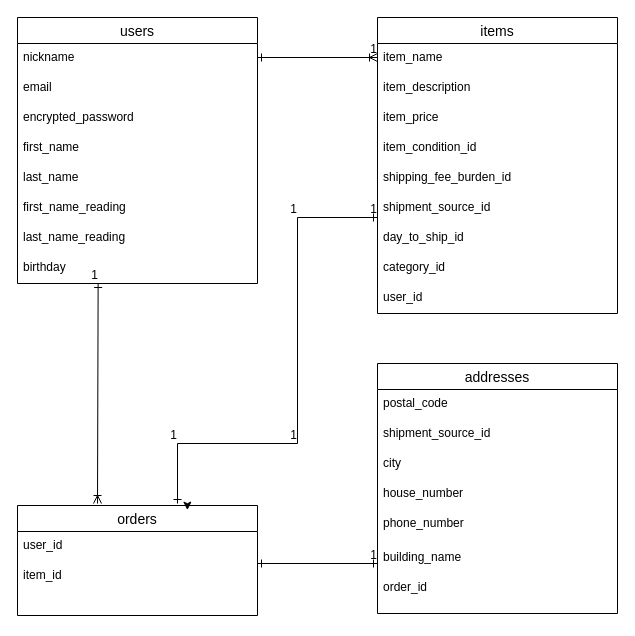
Earlier version of the draw.io diagram furima.dio (hirokazu1209/furima-34850). Source tidied: cells renumbered, new cells numbered last; positions are measured from the earlier drawing's top-left corner, leaving out a move shared by most shapes. Both pictures are drawn from the tidied source at 100%, with x=0, y=0 at pixel (17, 17).
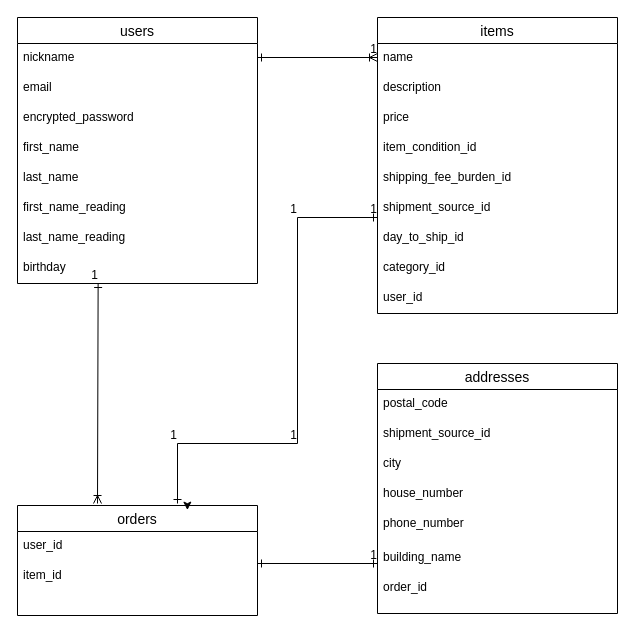
After the change.

Commit message (it also covers changes not shown here):
データベース設計_ご指摘箇所の再々修正

The change refers to these unchanged cells:
```xml
<mxCell id="6" value="items" style="swimlane;fontStyle=0;horizontal=1;startSize=26;align=center;fontSize=14;" parent="1" vertex="1">
  <mxGeometry x="360" width="240" height="296" as="geometry" />
</mxCell>
```

Change to the diagram source:
```diff
@@
-    <mxCell id="7" value="item_name" style="text;strokeColor=none;fillColor=none;spacingLeft=4;spacingRight=4;overflow=hidden;fontSize=12;" parent="6" vertex="1">
+    <mxCell id="7" value="name" style="text;strokeColor=none;fillColor=none;spacingLeft=4;spacingRight=4;overflow=hidden;fontSize=12;" parent="6" vertex="1">
       <mxGeometry y="26" width="240" height="30" as="geometry" />
     </mxCell>
-    <mxCell id="8" value="item_description" style="text;strokeColor=none;fillColor=none;spacingLeft=4;spacingRight=4;overflow=hidden;fontSize=12;" parent="6" vertex="1">
+    <mxCell id="8" value="description" style="text;strokeColor=none;fillColor=none;spacingLeft=4;spacingRight=4;overflow=hidden;fontSize=12;" parent="6" vertex="1">
       <mxGeometry y="56" width="240" height="30" as="geometry" />
     </mxCell>
-    <mxCell id="9" value="item_price" style="text;strokeColor=none;fillColor=none;spacingLeft=4;spacingRight=4;overflow=hidden;fontSize=12;" parent="6" vertex="1">
+    <mxCell id="9" value="price" style="text;strokeColor=none;fillColor=none;spacingLeft=4;spacingRight=4;overflow=hidden;fontSize=12;" parent="6" vertex="1">
       <mxGeometry y="86" width="240" height="30" as="geometry" />
     </mxCell>
```
